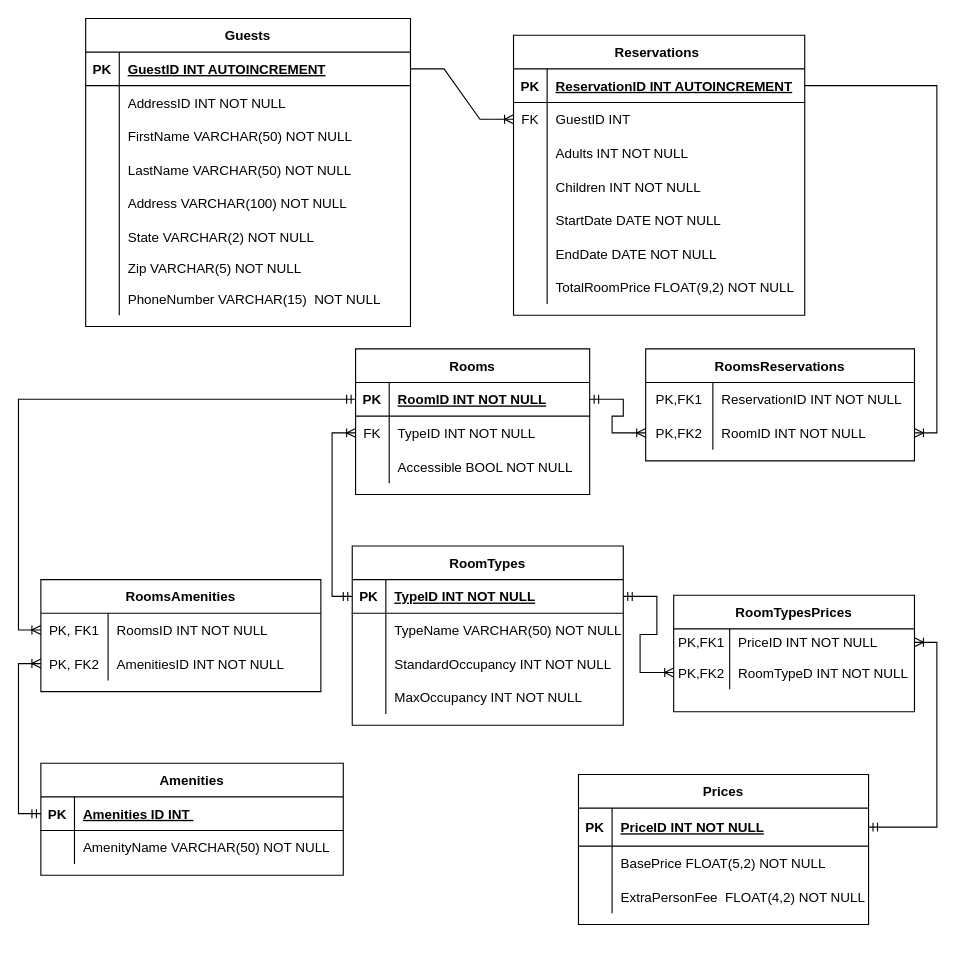
Above: sql/erd/hotelErd.drawio in PatrickJonak/C268 (draw.io), before the change. Source tidied: cells renumbered, new cells numbered last; positions are measured from the earlier drawing's top-left corner, leaving out a move shared by most shapes. Both pictures are drawn from the tidied source at 112%, with x=0, y=0 at pixel (-83, 18).
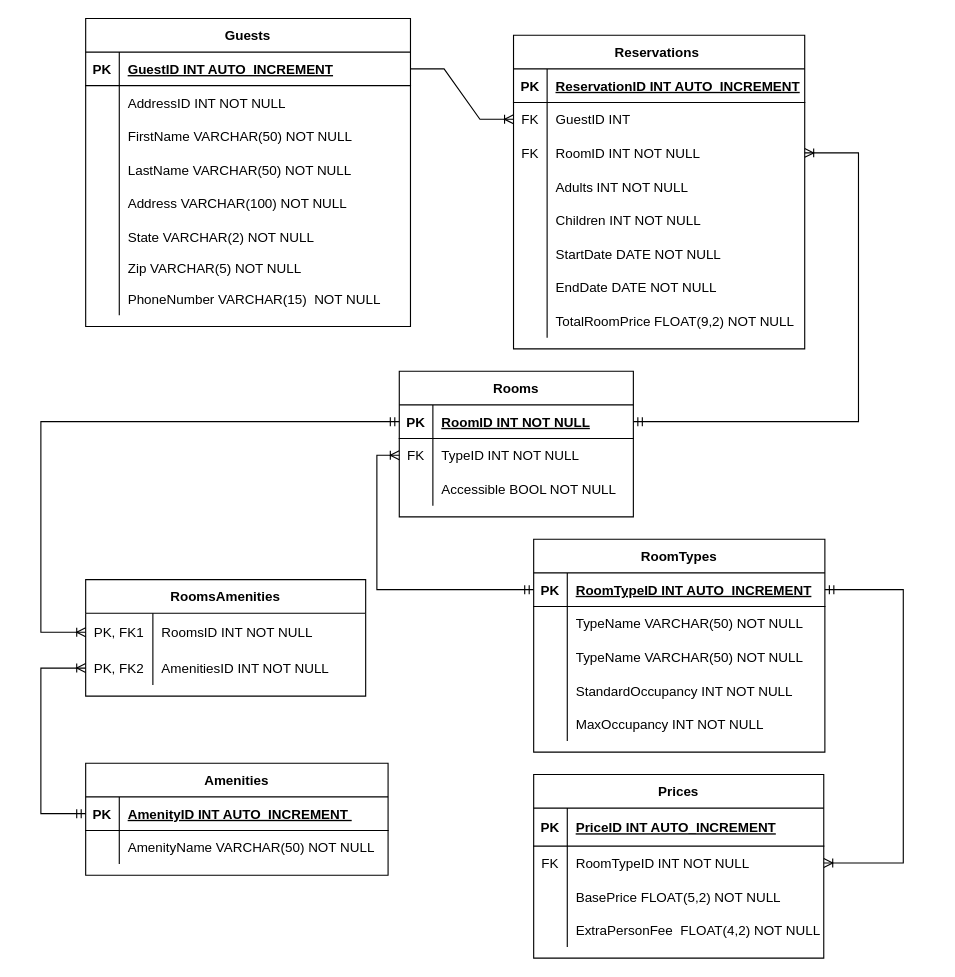
After the change.

The change refers to these unchanged cells:
```xml
<mxCell id="3" style="shape=tableRow;horizontal=0;startSize=0;swimlaneHead=0;swimlaneBody=0;fillColor=none;points=[[0,0.5],[1,0.5]];portConstraint=eastwest;top=0;left=0;right=0;bottom=1;" parent="2" vertex="1">
  <mxGeometry y="30" width="290" height="30" as="geometry" />
</mxCell>
<mxCell id="28" style="shape=tableRow;horizontal=0;startSize=0;swimlaneHead=0;swimlaneBody=0;fillColor=none;points=[[0,0.5],[1,0.5]];portConstraint=eastwest;top=0;left=0;right=0;bottom=1;" parent="27" vertex="1">
  <mxGeometry y="30" width="260" height="30" as="geometry" />
</mxCell>
<mxCell id="52" style="shape=tableRow;horizontal=0;startSize=0;swimlaneHead=0;swimlaneBody=0;fillColor=none;points=[[0,0.5],[1,0.5]];portConstraint=eastwest;top=0;left=0;right=0;bottom=1;" parent="51" vertex="1">
  <mxGeometry y="30" width="209" height="30" as="geometry" />
</mxCell>
<mxCell id="55" style="shape=tableRow;horizontal=0;startSize=0;swimlaneHead=0;swimlaneBody=0;fillColor=none;points=[[0,0.5],[1,0.5]];portConstraint=eastwest;top=0;left=0;right=0;bottom=0;" parent="51" vertex="1">
  <mxGeometry y="60" width="209" height="30" as="geometry" />
</mxCell>
<mxCell id="85" style="shape=tableRow;horizontal=0;startSize=0;swimlaneHead=0;swimlaneBody=0;fillColor=none;points=[[0,0.5],[1,0.5]];portConstraint=eastwest;top=0;left=0;right=0;bottom=1;" parent="84" vertex="1">
  <mxGeometry y="30" width="259" height="34" as="geometry" />
</mxCell>
<mxCell id="103" style="shape=tableRow;horizontal=0;startSize=0;swimlaneHead=0;swimlaneBody=0;fillColor=none;points=[[0,0.5],[1,0.5]];portConstraint=eastwest;top=0;left=0;right=0;bottom=1;" parent="102" vertex="1">
  <mxGeometry y="30" width="270" height="30" as="geometry" />
</mxCell>
```

Change to the diagram source:
```diff
@@
-    <mxCell id="5" value="GuestID INT AUTOINCREMENT" style="shape=partialRectangle;fillColor=none;top=0;left=0;bottom=0;right=0;align=left;spacingLeft=6;fontStyle=5;overflow=hidden;" parent="3" vertex="1">
+    <mxCell id="5" value="GuestID INT AUTO_INCREMENT" style="shape=partialRectangle;fillColor=none;top=0;left=0;bottom=0;right=0;align=left;spacingLeft=6;fontStyle=5;overflow=hidden;" parent="3" vertex="1">
       <mxGeometry x="30" width="260" height="30" as="geometry" />
     </mxCell>
@@
     <mxCell id="27" value="Reservations " style="shape=table;startSize=30;childLayout=tableLayout;rowLines=0;fontStyle=1;align=center;" parent="1" vertex="1">
-      <mxGeometry x="532" y="15" width="260" height="250" as="geometry" />
+      <mxGeometry x="532" y="15" width="260" height="280" as="geometry" />
     </mxCell>
@@
-    <mxCell id="30" value="ReservationID INT AUTOINCREMENT" style="shape=partialRectangle;fillColor=none;top=0;left=0;bottom=0;right=0;align=left;spacingLeft=6;fontStyle=5;overflow=hidden;" parent="28" vertex="1">
+    <mxCell id="30" value="ReservationID INT AUTO_INCREMENT" style="shape=partialRectangle;fillColor=none;top=0;left=0;bottom=0;right=0;align=left;spacingLeft=6;fontStyle=5;overflow=hidden;" parent="28" vertex="1">
       <mxGeometry x="30" width="230" height="30" as="geometry" />
     </mxCell>
@@
+    <mxCell id="120" style="shape=tableRow;horizontal=0;startSize=0;swimlaneHead=0;swimlaneBody=0;fillColor=none;points=[[0,0.5],[1,0.5]];portConstraint=eastwest;top=0;left=0;right=0;bottom=0;" parent="27" vertex="1">
+      <mxGeometry y="90" width="260" height="30" as="geometry" />
+    </mxCell>
+    <mxCell id="121" value="FK" style="shape=partialRectangle;fillColor=none;top=0;left=0;bottom=0;right=0;overflow=hidden;" parent="120" vertex="1">
+      <mxGeometry width="30" height="30" as="geometry" />
+    </mxCell>
+    <mxCell id="81" value="RoomID INT NOT NULL" style="shape=partialRectangle;fillColor=none;top=0;left=0;bottom=0;right=0;align=left;spacingLeft=6;overflow=hidden;" parent="120" vertex="1">
+      <mxGeometry x="30" width="230" height="30" as="geometry" />
+    </mxCell>
     <mxCell id="34" style="shape=tableRow;horizontal=0;startSize=0;swimlaneHead=0;swimlaneBody=0;fillColor=none;top=0;left=0;right=0;bottom=0;" parent="27" vertex="1">
-      <mxGeometry y="90" width="260" height="30" as="geometry" />
+      <mxGeometry y="120" width="260" height="30" as="geometry" />
     </mxCell>
@@
     <mxCell id="37" style="shape=tableRow;horizontal=0;startSize=0;swimlaneHead=0;swimlaneBody=0;fillColor=none;top=0;left=0;right=0;bottom=0;" parent="27" vertex="1">
-      <mxGeometry y="120" width="260" height="30" as="geometry" />
+      <mxGeometry y="150" width="260" height="30" as="geometry" />
     </mxCell>
@@
     <mxCell id="40" style="shape=tableRow;horizontal=0;startSize=0;swimlaneHead=0;swimlaneBody=0;fillColor=none;top=0;left=0;right=0;bottom=0;" parent="27" vertex="1">
-      <mxGeometry y="150" width="260" height="30" as="geometry" />
+      <mxGeometry y="180" width="260" height="30" as="geometry" />
     </mxCell>
@@
     <mxCell id="43" style="shape=tableRow;horizontal=0;startSize=0;swimlaneHead=0;swimlaneBody=0;fillColor=none;top=0;left=0;right=0;bottom=0;" parent="27" vertex="1">
-      <mxGeometry y="180" width="260" height="30" as="geometry" />
+      <mxGeometry y="210" width="260" height="30" as="geometry" />
     </mxCell>
@@
     <mxCell id="46" style="shape=tableRow;horizontal=0;startSize=0;swimlaneHead=0;swimlaneBody=0;fillColor=none;top=0;left=0;right=0;bottom=0;" parent="27" vertex="1">
-      <mxGeometry y="210" width="260" height="30" as="geometry" />
+      <mxGeometry y="240" width="260" height="30" as="geometry" />
     </mxCell>
@@
-    <mxCell id="50" style="edgeStyle=elbowEdgeStyle;fontSize=12;html=1;endArrow=ERoneToMany;rounded=0;exitX=1;exitY=0.5;exitDx=0;exitDy=0;entryX=1;entryY=0.5;entryDx=0;entryDy=0;" parent="1" edge="1" source="28" target="79">
-      <mxGeometry relative="1" as="geometry">
-        <Array as="points">
-          <mxPoint x="910" y="215" />
-          <mxPoint x="920" y="165" />
-          <mxPoint x="900" y="225" />
-        </Array>
-      </mxGeometry>
-    </mxCell>
     <mxCell id="51" value="Rooms" style="shape=table;startSize=30;childLayout=tableLayout;rowLines=0;fontStyle=1;align=center;" parent="1" vertex="1">
-      <mxGeometry x="391" y="295" width="209" height="130" as="geometry" />
+      <mxGeometry x="430" y="315" width="209" height="130" as="geometry" />
     </mxCell>
@@
     <mxCell id="61" value="RoomTypes" style="shape=table;startSize=30;childLayout=tableLayout;rowLines=0;fontStyle=1;align=center;" parent="1" vertex="1">
-      <mxGeometry x="388" y="471" width="242" height="160" as="geometry" />
+      <mxGeometry x="550" y="465" width="260" height="190" as="geometry" />
     </mxCell>
     <mxCell id="62" style="shape=tableRow;horizontal=0;startSize=0;swimlaneHead=0;swimlaneBody=0;fillColor=none;points=[[0,0.5],[1,0.5]];portConstraint=eastwest;top=0;left=0;right=0;bottom=1;" parent="61" vertex="1">
-      <mxGeometry y="30" width="242" height="30" as="geometry" />
+      <mxGeometry y="30" width="260" height="30" as="geometry" />
     </mxCell>
@@
-    <mxCell id="64" value="TypeID INT NOT NULL" style="shape=partialRectangle;fillColor=none;top=0;left=0;bottom=0;right=0;align=left;spacingLeft=6;fontStyle=5;overflow=hidden;" parent="62" vertex="1">
-      <mxGeometry x="30" width="212" height="30" as="geometry" />
+    <mxCell id="64" value="RoomTypeID INT AUTO_INCREMENT" style="shape=partialRectangle;fillColor=none;top=0;left=0;bottom=0;right=0;align=left;spacingLeft=6;fontStyle=5;overflow=hidden;" parent="62" vertex="1">
+      <mxGeometry x="30" width="230" height="30" as="geometry" />
     </mxCell>
     <mxCell id="65" style="shape=tableRow;horizontal=0;startSize=0;swimlaneHead=0;swimlaneBody=0;fillColor=none;top=0;left=0;right=0;bottom=0;" parent="61" vertex="1">
-      <mxGeometry y="60" width="242" height="30" as="geometry" />
+      <mxGeometry y="60" width="260" height="30" as="geometry" />
     </mxCell>
@@
     <mxCell id="67" value="TypeName VARCHAR(50) NOT NULL" style="shape=partialRectangle;fillColor=none;top=0;left=0;bottom=0;right=0;align=left;spacingLeft=6;overflow=hidden;" parent="65" vertex="1">
-      <mxGeometry x="30" width="212" height="30" as="geometry" />
+      <mxGeometry x="30" width="230" height="30" as="geometry" />
     </mxCell>
+    <mxCell id="122" style="shape=tableRow;horizontal=0;startSize=0;swimlaneHead=0;swimlaneBody=0;fillColor=none;top=0;left=0;right=0;bottom=0;" parent="61" vertex="1">
+      <mxGeometry y="90" width="260" height="30" as="geometry" />
+    </mxCell>
+    <mxCell id="123" style="shape=partialRectangle;fillColor=none;top=0;left=0;bottom=0;right=0;overflow=hidden;" parent="122" vertex="1">
+      <mxGeometry width="30" height="30" as="geometry" />
+    </mxCell>
+    <mxCell id="124" value="TypeName VARCHAR(50) NOT NULL" style="shape=partialRectangle;fillColor=none;top=0;left=0;bottom=0;right=0;align=left;spacingLeft=6;overflow=hidden;" parent="122" vertex="1">
+      <mxGeometry x="30" width="230" height="30" as="geometry" />
+    </mxCell>
     <mxCell id="68" style="shape=tableRow;horizontal=0;startSize=0;swimlaneHead=0;swimlaneBody=0;fillColor=none;top=0;left=0;right=0;bottom=0;" parent="61" vertex="1">
-      <mxGeometry y="90" width="242" height="30" as="geometry" />
+      <mxGeometry y="120" width="260" height="30" as="geometry" />
     </mxCell>
@@
     <mxCell id="70" value="StandardOccupancy INT NOT NULL" style="shape=partialRectangle;fillColor=none;top=0;left=0;bottom=0;right=0;align=left;spacingLeft=6;overflow=hidden;" parent="68" vertex="1">
-      <mxGeometry x="30" width="212" height="30" as="geometry" />
+      <mxGeometry x="30" width="230" height="30" as="geometry" />
     </mxCell>
     <mxCell id="71" style="shape=tableRow;horizontal=0;startSize=0;swimlaneHead=0;swimlaneBody=0;fillColor=none;top=0;left=0;right=0;bottom=0;" parent="61" vertex="1">
-      <mxGeometry y="120" width="242" height="30" as="geometry" />
+      <mxGeometry y="150" width="260" height="30" as="geometry" />
     </mxCell>
@@
     <mxCell id="73" value="MaxOccupancy INT NOT NULL" style="shape=partialRectangle;fillColor=none;top=0;left=0;bottom=0;right=0;align=left;spacingLeft=6;overflow=hidden;" parent="71" vertex="1">
-      <mxGeometry x="30" width="212" height="30" as="geometry" />
+      <mxGeometry x="30" width="230" height="30" as="geometry" />
     </mxCell>
     <mxCell id="74" style="edgeStyle=elbowEdgeStyle;fontSize=12;html=1;endArrow=ERoneToMany;startArrow=ERmandOne;rounded=0;exitX=0;exitY=0.5;exitDx=0;exitDy=0;entryX=0;entryY=0.5;entryDx=0;entryDy=0;" parent="1" edge="1" source="62" target="55">
       <mxGeometry relative="1" as="geometry">
         <Array as="points">
+          <mxPoint x="410" y="445" />
+          <mxPoint x="420" y="455" />
+          <mxPoint x="400" y="425" />
           <mxPoint x="370" y="465" />
           <mxPoint x="370" y="455" />
           <mxPoint x="360" y="445" />
         </Array>
       </mxGeometry>
     </mxCell>
-    <mxCell id="75" value="RoomsReservations" style="shape=table;startSize=30;childLayout=tableLayout;rowLines=0;fontStyle=1;align=center;" parent="1" vertex="1">
-      <mxGeometry x="650" y="295" width="240" height="100" as="geometry" />
-    </mxCell>
-    <mxCell id="76" style="shape=tableRow;horizontal=0;startSize=0;swimlaneHead=0;swimlaneBody=0;fillColor=none;points=[[0,0.5],[1,0.5]];portConstraint=eastwest;top=0;left=0;right=0;bottom=0;" parent="75" vertex="1">
-      <mxGeometry y="30" width="240" height="30" as="geometry" />
-    </mxCell>
-    <mxCell id="77" value="PK,FK1" style="shape=partialRectangle;fillColor=none;top=0;left=0;bottom=0;right=0;overflow=hidden;" parent="76" vertex="1">
-      <mxGeometry width="60" height="30" as="geometry" />
-    </mxCell>
-    <mxCell id="78" value="ReservationID INT NOT NULL" style="shape=partialRectangle;fillColor=none;top=0;left=0;bottom=0;right=0;align=left;spacingLeft=6;overflow=hidden;" parent="76" vertex="1">
-      <mxGeometry x="60" width="180" height="30" as="geometry" />
-    </mxCell>
-    <mxCell id="79" style="shape=tableRow;horizontal=0;startSize=0;swimlaneHead=0;swimlaneBody=0;fillColor=none;points=[[0,0.5],[1,0.5]];portConstraint=eastwest;top=0;left=0;right=0;bottom=0;" parent="75" vertex="1">
-      <mxGeometry y="60" width="240" height="30" as="geometry" />
-    </mxCell>
-    <mxCell id="80" value="PK,FK2" style="shape=partialRectangle;fillColor=none;top=0;left=0;bottom=0;right=0;overflow=hidden;" parent="79" vertex="1">
-      <mxGeometry width="60" height="30" as="geometry" />
-    </mxCell>
-    <mxCell id="81" value="RoomID INT NOT NULL" style="shape=partialRectangle;fillColor=none;top=0;left=0;bottom=0;right=0;align=left;spacingLeft=6;overflow=hidden;" parent="79" vertex="1">
-      <mxGeometry x="60" width="180" height="30" as="geometry" />
-    </mxCell>
-    <mxCell id="82" style="edgeStyle=elbowEdgeStyle;rounded=0;orthogonalLoop=1;jettySize=auto;html=1;entryX=0;entryY=0.5;entryDx=0;entryDy=0;" parent="75" edge="1">
-      <mxGeometry relative="1" as="geometry" />
-    </mxCell>
-    <mxCell id="83" style="edgeStyle=elbowEdgeStyle;rounded=0;orthogonalLoop=1;jettySize=auto;html=1;exitX=1;exitY=0.5;exitDx=0;exitDy=0;" parent="75" edge="1" source="76" target="76">
-      <mxGeometry relative="1" as="geometry" />
-    </mxCell>
     <mxCell id="84" value="Prices" style="shape=table;startSize=30;childLayout=tableLayout;rowLines=0;fontStyle=1;align=center;" parent="1" vertex="1">
-      <mxGeometry x="590" y="675" width="259" height="134" as="geometry" />
+      <mxGeometry x="550" y="675" width="259" height="164" as="geometry" />
     </mxCell>
@@
-    <mxCell id="87" value="PriceID INT NOT NULL" style="shape=partialRectangle;fillColor=none;top=0;left=0;bottom=0;right=0;align=left;spacingLeft=6;fontStyle=5;overflow=hidden;" parent="85" vertex="1">
+    <mxCell id="87" value="PriceID INT AUTO_INCREMENT" style="shape=partialRectangle;fillColor=none;top=0;left=0;bottom=0;right=0;align=left;spacingLeft=6;fontStyle=5;overflow=hidden;" parent="85" vertex="1">
       <mxGeometry x="30" width="229" height="34" as="geometry" />
     </mxCell>
+    <mxCell id="125" style="shape=tableRow;horizontal=0;startSize=0;swimlaneHead=0;swimlaneBody=0;fillColor=none;points=[[0,0.5],[1,0.5]];portConstraint=eastwest;top=0;left=0;right=0;bottom=0;" parent="84" vertex="1">
+      <mxGeometry y="64" width="259" height="30" as="geometry" />
+    </mxCell>
+    <mxCell id="126" value="FK" style="shape=partialRectangle;fillColor=none;top=0;left=0;bottom=0;right=0;overflow=hidden;" parent="125" vertex="1">
+      <mxGeometry width="30" height="30" as="geometry" />
+    </mxCell>
+    <mxCell id="127" value="RoomTypeID INT NOT NULL" style="shape=partialRectangle;fillColor=none;top=0;left=0;bottom=0;right=0;align=left;spacingLeft=6;overflow=hidden;" parent="125" vertex="1">
+      <mxGeometry x="30" width="229" height="30" as="geometry" />
+    </mxCell>
     <mxCell id="88" style="shape=tableRow;horizontal=0;startSize=0;swimlaneHead=0;swimlaneBody=0;fillColor=none;top=0;left=0;right=0;bottom=0;" parent="84" vertex="1">
-      <mxGeometry y="64" width="259" height="30" as="geometry" />
+      <mxGeometry y="94" width="259" height="30" as="geometry" />
     </mxCell>
@@
     <mxCell id="91" style="shape=tableRow;horizontal=0;startSize=0;swimlaneHead=0;swimlaneBody=0;fillColor=none;top=0;left=0;right=0;bottom=0;" parent="84" vertex="1">
-      <mxGeometry y="94" width="259" height="30" as="geometry" />
+      <mxGeometry y="124" width="259" height="30" as="geometry" />
     </mxCell>
@@
     <mxCell id="94" value="RoomsAmenities" style="shape=table;startSize=30;childLayout=tableLayout;rowLines=0;fontStyle=1;align=center;" parent="1" vertex="1">
-      <mxGeometry x="110" y="501" width="250" height="100" as="geometry" />
+      <mxGeometry x="150" y="501" width="250" height="104" as="geometry" />
     </mxCell>
     <mxCell id="95" style="shape=tableRow;horizontal=0;startSize=0;swimlaneHead=0;swimlaneBody=0;fillColor=none;points=[[0,0.5],[1,0.5]];portConstraint=eastwest;top=0;left=0;right=0;bottom=0;" parent="94" vertex="1">
-      <mxGeometry y="30" width="250" height="30" as="geometry" />
+      <mxGeometry y="30" width="250" height="34" as="geometry" />
     </mxCell>
     <mxCell id="96" value="PK, FK1" style="shape=partialRectangle;fillColor=none;top=0;left=0;bottom=0;right=0;overflow=hidden;" parent="95" vertex="1">
-      <mxGeometry width="60" height="30" as="geometry" />
+      <mxGeometry width="60" height="34" as="geometry" />
     </mxCell>
     <mxCell id="97" value="RoomsID INT NOT NULL" style="shape=partialRectangle;fillColor=none;top=0;left=0;bottom=0;right=0;align=left;spacingLeft=6;overflow=hidden;" parent="95" vertex="1">
-      <mxGeometry x="60" width="190" height="30" as="geometry" />
+      <mxGeometry x="60" width="190" height="34" as="geometry" />
     </mxCell>
     <mxCell id="98" style="shape=tableRow;horizontal=0;startSize=0;swimlaneHead=0;swimlaneBody=0;fillColor=none;points=[[0,0.5],[1,0.5]];portConstraint=eastwest;top=0;left=0;right=0;bottom=0;" parent="94" vertex="1">
-      <mxGeometry y="60" width="250" height="30" as="geometry" />
+      <mxGeometry y="64" width="250" height="30" as="geometry" />
     </mxCell>
@@
     <mxCell id="101" style="edgeStyle=elbowEdgeStyle;fontSize=12;html=1;endArrow=ERoneToMany;startArrow=ERmandOne;rounded=0;exitX=0;exitY=0.5;exitDx=0;exitDy=0;entryX=0;entryY=0.5;entryDx=0;entryDy=0;" parent="1" edge="1" source="52" target="95">
       <mxGeometry relative="1" as="geometry">
         <Array as="points">
+          <mxPoint x="110" y="455" />
           <mxPoint x="90" y="395" />
           <mxPoint x="350" y="525" />
         </Array>
       </mxGeometry>
     </mxCell>
     <mxCell id="102" value="Amenities" style="shape=table;startSize=30;childLayout=tableLayout;rowLines=0;fontStyle=1;align=center;" parent="1" vertex="1">
-      <mxGeometry x="110" y="665" width="270" height="100" as="geometry" />
+      <mxGeometry x="150" y="665" width="270" height="100" as="geometry" />
     </mxCell>
@@
-    <mxCell id="105" value="Amenities ID INT " style="shape=partialRectangle;fillColor=none;top=0;left=0;bottom=0;right=0;align=left;spacingLeft=6;fontStyle=5;overflow=hidden;" parent="103" vertex="1">
+    <mxCell id="105" value="AmenityID INT AUTO_INCREMENT " style="shape=partialRectangle;fillColor=none;top=0;left=0;bottom=0;right=0;align=left;spacingLeft=6;fontStyle=5;overflow=hidden;" parent="103" vertex="1">
       <mxGeometry x="30" width="240" height="30" as="geometry" />
     </mxCell>
@@
     <mxCell id="109" style="edgeStyle=elbowEdgeStyle;fontSize=12;html=1;endArrow=ERoneToMany;startArrow=ERmandOne;rounded=0;entryX=0;entryY=0.5;entryDx=0;entryDy=0;exitX=0;exitY=0.5;exitDx=0;exitDy=0;" parent="1" edge="1" source="103" target="98">
       <mxGeometry relative="1" as="geometry">
         <Array as="points">
+          <mxPoint x="110" y="655" />
           <mxPoint x="90" y="645" />
           <mxPoint y="465" />
         </Array>
       </mxGeometry>
     </mxCell>
-    <mxCell id="110" style="edgeStyle=entityRelationEdgeStyle;fontSize=12;html=1;endArrow=ERoneToMany;startArrow=ERmandOne;rounded=0;entryX=0;entryY=0.5;entryDx=0;entryDy=0;exitX=1;exitY=0.5;exitDx=0;exitDy=0;" parent="1" edge="1" source="52" target="79">
-      <mxGeometry relative="1" as="geometry" />
+    <mxCell id="110" style="edgeStyle=elbowEdgeStyle;fontSize=12;html=1;endArrow=ERoneToMany;startArrow=ERmandOne;rounded=0;exitX=1;exitY=0.5;exitDx=0;exitDy=0;entryX=1;entryY=0.5;entryDx=0;entryDy=0;" parent="1" edge="1" source="52" target="120">
+      <mxGeometry relative="1" as="geometry">
+        <Array as="points">
+          <mxPoint x="840" y="225" />
+        </Array>
+      </mxGeometry>
     </mxCell>
-    <mxCell id="111" style="edgeStyle=entityRelationEdgeStyle;fontSize=12;html=1;endArrow=ERoneToMany;startArrow=ERmandOne;rounded=0;exitX=1;exitY=0.5;exitDx=0;exitDy=0;entryX=0;entryY=0.5;entryDx=0;entryDy=0;" parent="1" edge="1" source="62" target="117">
-      <mxGeometry relative="1" as="geometry" />
+    <mxCell id="111" style="edgeStyle=elbowEdgeStyle;fontSize=12;html=1;endArrow=ERoneToMany;startArrow=ERmandOne;rounded=0;exitX=1;exitY=0.5;exitDx=0;exitDy=0;entryX=1;entryY=0.5;entryDx=0;entryDy=0;" parent="1" edge="1" source="62" target="125">
+      <mxGeometry relative="1" as="geometry">
+        <Array as="points">
+          <mxPoint x="880" y="605" />
+        </Array>
+      </mxGeometry>
     </mxCell>
-    <mxCell id="112" style="edgeStyle=elbowEdgeStyle;fontSize=12;html=1;endArrow=ERoneToMany;startArrow=ERmandOne;rounded=0;exitX=1;exitY=0.5;exitDx=0;exitDy=0;entryX=1;entryY=0.5;entryDx=0;entryDy=0;" parent="1" edge="1" source="85" target="114">
-      <mxGeometry relative="1" as="geometry">
-        <Array as="points">
-          <mxPoint x="910" y="655" />
-        </Array>
-      </mxGeometry>
-    </mxCell>
-    <mxCell id="113" value="RoomTypesPrices" style="shape=table;startSize=30;childLayout=tableLayout;rowLines=0;fontStyle=1;align=center;" parent="1" vertex="1">
-      <mxGeometry x="675" y="515" width="215" height="104" as="geometry" />
-    </mxCell>
-    <mxCell id="114" style="shape=tableRow;horizontal=0;startSize=0;swimlaneHead=0;swimlaneBody=0;fillColor=none;points=[[0,0.5],[1,0.5]];portConstraint=eastwest;top=0;left=0;right=0;bottom=0;" parent="113" vertex="1">
-      <mxGeometry y="30" width="215" height="24" as="geometry" />
-    </mxCell>
-    <mxCell id="115" value="PK,FK1" style="shape=partialRectangle;fillColor=none;top=0;left=0;bottom=0;right=0;overflow=hidden;" parent="114" vertex="1">
-      <mxGeometry width="50" height="24" as="geometry" />
-    </mxCell>
-    <mxCell id="116" value="PriceID INT NOT NULL" style="shape=partialRectangle;fillColor=none;top=0;left=0;bottom=0;right=0;align=left;spacingLeft=6;overflow=hidden;" parent="114" vertex="1">
-      <mxGeometry x="50" width="165" height="24" as="geometry" />
-    </mxCell>
-    <mxCell id="117" style="shape=tableRow;horizontal=0;startSize=0;swimlaneHead=0;swimlaneBody=0;fillColor=none;points=[[0,0.5],[1,0.5]];portConstraint=eastwest;top=0;left=0;right=0;bottom=0;" parent="113" vertex="1">
-      <mxGeometry y="54" width="215" height="30" as="geometry" />
-    </mxCell>
-    <mxCell id="118" value="PK,FK2" style="shape=partialRectangle;fillColor=none;top=0;left=0;bottom=0;right=0;overflow=hidden;" parent="117" vertex="1">
-      <mxGeometry width="50" height="30" as="geometry" />
-    </mxCell>
-    <mxCell id="119" value="RoomTypeD INT NOT NULL" style="shape=partialRectangle;fillColor=none;top=0;left=0;bottom=0;right=0;align=left;spacingLeft=6;overflow=hidden;" parent="117" vertex="1">
-      <mxGeometry x="50" width="165" height="30" as="geometry" />
-    </mxCell>
```
